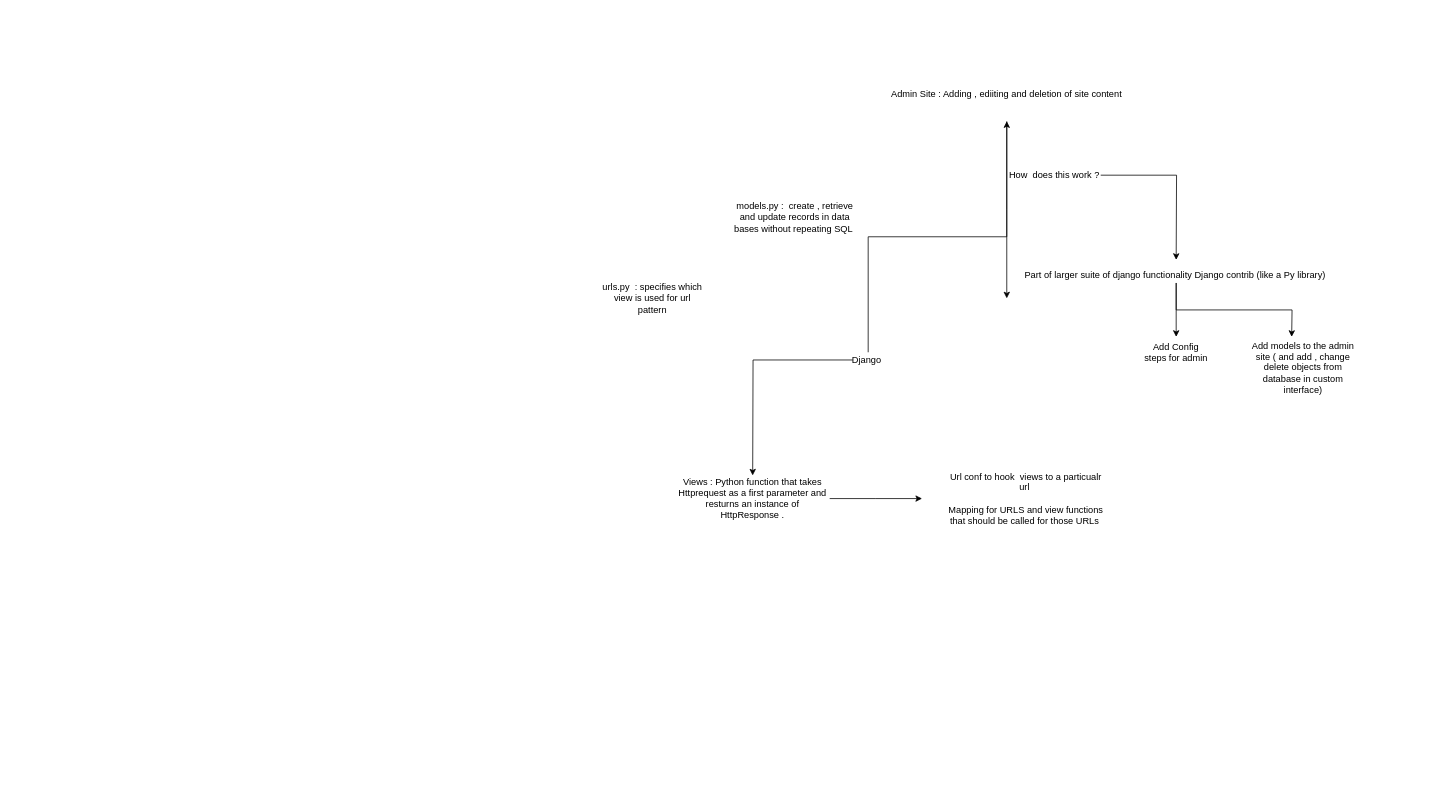
rbnphlp/Codeinstitue_templated_tutorials keeps this draw.io diagram as Untitled Diagram.drawio. Above is the earlier version. Source tidied: cells renumbered, new cells numbered last; positions are measured from the earlier drawing's top-left corner, leaving out a move shared by most shapes. Both pictures are drawn from the tidied source at 77%, with x=0, y=0 at pixel (598, 67).
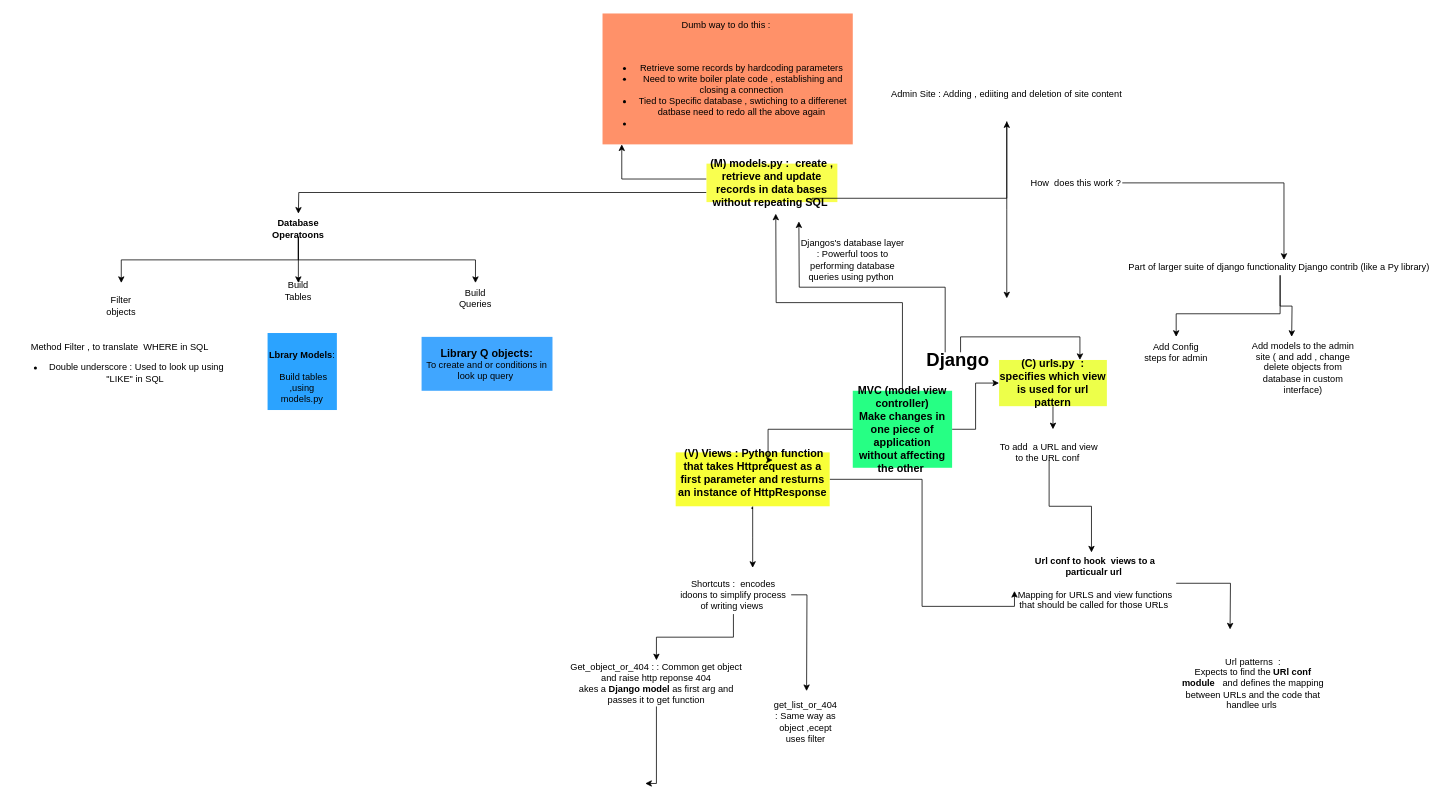
The same diagram, later.

The change refers to these unchanged cells:
```xml
<mxCell id="5" value="Admin Site : Adding , ediiting and deletion of site content" style="text;html=1;strokeColor=none;fillColor=none;align=center;verticalAlign=middle;whiteSpace=wrap;rounded=0;" parent="1" vertex="1">
  <mxGeometry x="340" width="380" height="70" as="geometry" />
</mxCell>
```

Change to the diagram source:
```diff
@@
+    <mxCell id="20" style="edgeStyle=orthogonalEdgeStyle;rounded=0;jettySize=auto;html=1;" parent="1" edge="1" source="2">
+      <mxGeometry relative="1" as="geometry">
+        <mxPoint x="590" y="470" as="targetPoint" />
+      </mxGeometry>
+    </mxCell>
-    <mxCell id="2" value="urls.py&amp;nbsp; : specifies which view is used for url pattern" style="text;html=1;strokeColor=none;fillColor=none;align=center;verticalAlign=middle;whiteSpace=wrap;rounded=0;" parent="1" vertex="1">
-      <mxGeometry y="290" width="140" height="20" as="geometry" />
+    <mxCell id="2" value="&lt;font style=&quot;font-size: 14px&quot;&gt;&lt;b&gt;(C) urls.py&amp;nbsp; : specifies which view is used for url pattern&lt;/b&gt;&lt;/font&gt;" style="text;html=1;strokeColor=none;fillColor=#EDFF4A;align=center;verticalAlign=middle;whiteSpace=wrap;rounded=0;" parent="1" vertex="1">
+      <mxGeometry x="520" y="380" width="140" height="60" as="geometry" />
     </mxCell>
+    <mxCell id="21" style="edgeStyle=orthogonalEdgeStyle;rounded=0;jettySize=auto;html=1;" parent="1" edge="1" source="3" target="38">
+      <mxGeometry relative="1" as="geometry">
+        <Array as="points">
+          <mxPoint x="30" y="145" />
+        </Array>
+      </mxGeometry>
+    </mxCell>
+    <mxCell id="22" style="edgeStyle=orthogonalEdgeStyle;rounded=0;jettySize=auto;html=1;exitX=0;exitY=0.75;exitDx=0;exitDy=0;" parent="1" edge="1" source="3">
+      <mxGeometry relative="1" as="geometry">
+        <mxPoint x="-390" y="190" as="targetPoint" />
+      </mxGeometry>
+    </mxCell>
-    <mxCell id="3" value="models.py :&amp;nbsp; create , retrieve and update records in data bases without repeating SQL&amp;nbsp;" style="text;html=1;strokeColor=none;fillColor=none;align=center;verticalAlign=middle;whiteSpace=wrap;rounded=0;" parent="1" vertex="1">
-      <mxGeometry x="170" y="190" width="170" height="10" as="geometry" />
+    <mxCell id="3" value="&lt;font style=&quot;font-size: 14px&quot;&gt;&lt;b&gt;(M) models.py :&amp;nbsp; create , retrieve and update records in data bases without repeating SQL&amp;nbsp;&lt;/b&gt;&lt;/font&gt;" style="text;html=1;strokeColor=none;fillColor=#F9FF4F;align=center;verticalAlign=middle;whiteSpace=wrap;rounded=0;" parent="1" vertex="1">
+      <mxGeometry x="140" y="125" width="170" height="50" as="geometry" />
     </mxCell>
@@
-    <mxCell id="6" style="edgeStyle=orthogonalEdgeStyle;rounded=0;jettySize=auto;html=1;" parent="1" edge="1" source="7">
+    <mxCell id="6" style="edgeStyle=orthogonalEdgeStyle;rounded=0;jettySize=auto;html=1;" parent="1" edge="1" source="7" target="10">
       <mxGeometry relative="1" as="geometry">
-        <mxPoint x="750" y="250" as="targetPoint" />
+        <Array as="points">
+          <mxPoint x="890" y="150" />
+        </Array>
       </mxGeometry>
     </mxCell>
     <mxCell id="7" value="How&amp;nbsp; does this work ?" style="text;html=1;strokeColor=none;fillColor=none;align=center;verticalAlign=middle;whiteSpace=wrap;rounded=0;" parent="1" vertex="1">
-      <mxGeometry x="532" y="130" width="120" height="20" as="geometry" />
+      <mxGeometry x="560" y="140" width="120" height="20" as="geometry" />
     </mxCell>
     <mxCell id="8" style="edgeStyle=orthogonalEdgeStyle;rounded=0;jettySize=auto;html=1;" parent="1" edge="1" source="10">
       <mxGeometry relative="1" as="geometry">
         <mxPoint x="750" y="350" as="targetPoint" />
+        <Array as="points">
+          <mxPoint x="885" y="320" />
+          <mxPoint x="750" y="320" />
+        </Array>
       </mxGeometry>
     </mxCell>
@@
     <mxCell id="10" value="Part of larger suite of django functionality Django contrib (like a Py library)&amp;nbsp;" style="text;html=1;align=center;verticalAlign=middle;points=[];" parent="1" vertex="1">
-      <mxGeometry x="545" y="260" width="410" height="20" as="geometry" />
+      <mxGeometry x="680" y="250" width="410" height="20" as="geometry" />
     </mxCell>
@@
-    <mxCell id="14" style="edgeStyle=orthogonalEdgeStyle;rounded=0;jettySize=auto;html=1;" parent="1" edge="1" source="16">
-      <mxGeometry relative="1" as="geometry">
-        <mxPoint x="200" y="530" as="targetPoint" />
-      </mxGeometry>
-    </mxCell>
-    <mxCell id="15" style="edgeStyle=orthogonalEdgeStyle;rounded=0;jettySize=auto;html=1;" parent="1" edge="1" source="16" target="5">
-      <mxGeometry relative="1" as="geometry" />
+    <mxCell id="15" style="edgeStyle=orthogonalEdgeStyle;rounded=0;jettySize=auto;html=1;exitX=0.806;exitY=1;exitDx=0;exitDy=0;exitPerimeter=0;" parent="1" edge="1" source="3" target="5">
+      <mxGeometry relative="1" as="geometry">
+        <Array as="points">
+          <mxPoint x="277" y="170" />
+          <mxPoint x="530" y="170" />
+        </Array>
+      </mxGeometry>
     </mxCell>
+    <mxCell id="23" style="edgeStyle=orthogonalEdgeStyle;rounded=0;jettySize=auto;html=1;exitX=0;exitY=0;exitDx=0;exitDy=0;" parent="1" edge="1" source="16">
+      <mxGeometry relative="1" as="geometry">
+        <mxPoint x="260" y="200" as="targetPoint" />
+      </mxGeometry>
+    </mxCell>
+    <mxCell id="24" style="edgeStyle=orthogonalEdgeStyle;rounded=0;jettySize=auto;html=1;exitX=0.5;exitY=0;exitDx=0;exitDy=0;entryX=0.75;entryY=0;entryDx=0;entryDy=0;" parent="1" edge="1" source="16" target="2">
+      <mxGeometry relative="1" as="geometry" />
+    </mxCell>
-    <mxCell id="16" value="Django&amp;nbsp;" style="text;html=1;strokeColor=none;fillColor=none;align=center;verticalAlign=middle;whiteSpace=wrap;rounded=0;" parent="1" vertex="1">
-      <mxGeometry x="330" y="370" width="40" height="20" as="geometry" />
+    <mxCell id="16" value="&lt;font style=&quot;font-size: 24px&quot;&gt;&lt;b&gt;Django&amp;nbsp;&lt;/b&gt;&lt;/font&gt;" style="text;html=1;strokeColor=none;fillColor=none;align=center;verticalAlign=middle;whiteSpace=wrap;rounded=0;" parent="1" vertex="1">
+      <mxGeometry x="450" y="370" width="40" height="20" as="geometry" />
     </mxCell>
-    <mxCell id="17" style="edgeStyle=orthogonalEdgeStyle;rounded=0;jettySize=auto;html=1;" parent="1" edge="1" source="18">
-      <mxGeometry relative="1" as="geometry">
-        <mxPoint x="420" y="560" as="targetPoint" />
-      </mxGeometry>
+    <mxCell id="17" style="edgeStyle=orthogonalEdgeStyle;rounded=0;jettySize=auto;html=1;entryX=0;entryY=1;entryDx=0;entryDy=0;" parent="1" edge="1" source="18" target="19">
+      <mxGeometry relative="1" as="geometry" />
     </mxCell>
+    <mxCell id="25" style="edgeStyle=orthogonalEdgeStyle;rounded=0;jettySize=auto;html=1;" parent="1" edge="1" source="18">
+      <mxGeometry relative="1" as="geometry">
+        <mxPoint x="200" y="650" as="targetPoint" />
+      </mxGeometry>
+    </mxCell>
-    <mxCell id="18" value="Views : Python function that takes Httprequest as a first parameter and resturns an instance of HttpResponse ." style="text;html=1;strokeColor=none;fillColor=none;align=center;verticalAlign=middle;whiteSpace=wrap;rounded=0;" parent="1" vertex="1">
-      <mxGeometry x="100" y="550" width="200" height="20" as="geometry" />
+    <mxCell id="18" value="&lt;b&gt;&lt;font style=&quot;font-size: 14px&quot;&gt;&amp;nbsp;(V) Views : Python function that takes Httprequest as a first parameter and resturns an instance of HttpResponse .&lt;/font&gt;&lt;/b&gt;" style="text;html=1;strokeColor=none;fillColor=#F8FF38;align=center;verticalAlign=middle;whiteSpace=wrap;rounded=0;" parent="1" vertex="1">
+      <mxGeometry x="100" y="500" width="200" height="70" as="geometry" />
     </mxCell>
+    <mxCell id="26" style="edgeStyle=orthogonalEdgeStyle;rounded=0;jettySize=auto;html=1;exitX=1;exitY=0.5;exitDx=0;exitDy=0;" parent="1" edge="1" source="19">
+      <mxGeometry relative="1" as="geometry">
+        <mxPoint x="820" y="730" as="targetPoint" />
+      </mxGeometry>
+    </mxCell>
-    <mxCell id="19" value="Url conf to hook&amp;nbsp; views to a particualr url&amp;nbsp;&lt;br&gt;&lt;br&gt;Mapping for URLS and view functions that should be called for those URLs&amp;nbsp;" style="text;html=1;strokeColor=none;fillColor=none;align=center;verticalAlign=middle;whiteSpace=wrap;rounded=0;" parent="1" vertex="1">
-      <mxGeometry x="450" y="550" width="210" height="20" as="geometry" />
+    <mxCell id="19" value="&lt;b&gt;Url conf to hook&amp;nbsp; views to a particualr url&amp;nbsp;&lt;/b&gt;&lt;br&gt;&lt;br&gt;Mapping for URLS and view functions that should be called for those URLs&amp;nbsp;" style="text;html=1;strokeColor=none;fillColor=none;align=center;verticalAlign=middle;whiteSpace=wrap;rounded=0;" parent="1" vertex="1">
+      <mxGeometry x="540" y="660" width="210" height="20" as="geometry" />
     </mxCell>
+    <mxCell id="27" style="edgeStyle=orthogonalEdgeStyle;rounded=0;jettySize=auto;html=1;exitX=0.5;exitY=1;exitDx=0;exitDy=0;" parent="1" edge="1" source="28">
+      <mxGeometry relative="1" as="geometry">
+        <mxPoint x="60.5" y="930" as="targetPoint" />
+        <Array as="points">
+          <mxPoint x="75" y="930" />
+        </Array>
+      </mxGeometry>
+    </mxCell>
+    <mxCell id="28" value="Get_object_or_404 : : Common get object and raise http reponse 404 &lt;br&gt;akes a &lt;b&gt;Django model&lt;/b&gt; as first arg and passes it to get function" style="text;html=1;strokeColor=none;fillColor=none;align=center;verticalAlign=middle;whiteSpace=wrap;rounded=0;" parent="1" vertex="1">
+      <mxGeometry x="-40" y="770" width="230" height="60" as="geometry" />
+    </mxCell>
+    <mxCell id="29" style="edgeStyle=orthogonalEdgeStyle;rounded=0;jettySize=auto;html=1;exitX=0.5;exitY=1;exitDx=0;exitDy=0;" parent="1" edge="1" source="31" target="28">
+      <mxGeometry relative="1" as="geometry" />
+    </mxCell>
+    <mxCell id="30" style="edgeStyle=orthogonalEdgeStyle;rounded=0;jettySize=auto;html=1;" parent="1" edge="1" source="31">
+      <mxGeometry relative="1" as="geometry">
+        <mxPoint x="270" y="810" as="targetPoint" />
+      </mxGeometry>
+    </mxCell>
+    <mxCell id="31" value="Shortcuts :&amp;nbsp; encodes idoons to simplify process of writing views&amp;nbsp;" style="text;html=1;strokeColor=none;fillColor=none;align=center;verticalAlign=middle;whiteSpace=wrap;rounded=0;" parent="1" vertex="1">
+      <mxGeometry x="100" y="660" width="150" height="50" as="geometry" />
+    </mxCell>
+    <mxCell id="32" value="get_list_or_404 : Same way as object ,ecept uses filter" style="text;html=1;strokeColor=none;fillColor=none;align=center;verticalAlign=middle;whiteSpace=wrap;rounded=0;" parent="1" vertex="1">
+      <mxGeometry x="249" y="840" width="40" height="20" as="geometry" />
+    </mxCell>
+    <mxCell id="33" style="edgeStyle=orthogonalEdgeStyle;rounded=0;jettySize=auto;html=1;" parent="1" edge="1" source="34">
+      <mxGeometry relative="1" as="geometry">
+        <mxPoint x="640" y="630" as="targetPoint" />
+        <Array as="points">
+          <mxPoint x="585" y="570" />
+          <mxPoint x="640" y="570" />
+        </Array>
+      </mxGeometry>
+    </mxCell>
+    <mxCell id="34" value="To add&amp;nbsp; a URL and view to the URL conf&amp;nbsp;" style="text;html=1;strokeColor=none;fillColor=none;align=center;verticalAlign=middle;whiteSpace=wrap;rounded=0;" parent="1" vertex="1">
+      <mxGeometry x="520" y="490" width="130" height="20" as="geometry" />
+    </mxCell>
+    <mxCell id="35" value="Url patterns&amp;nbsp; :&lt;br&gt;Expects to find the &lt;b&gt;URl conf module&amp;nbsp; &lt;/b&gt;&amp;nbsp;and defines the mapping between URLs and the code that handlee urls&amp;nbsp;&lt;br&gt;" style="text;html=1;strokeColor=none;fillColor=none;align=center;verticalAlign=middle;whiteSpace=wrap;rounded=0;" parent="1" vertex="1">
+      <mxGeometry x="750" y="790" width="200" height="20" as="geometry" />
+    </mxCell>
+    <mxCell id="36" style="group;" parent="1" vertex="1">
+      <mxGeometry x="260" y="190" width="140" height="70" as="geometry" />
+    </mxCell>
+    <mxCell id="37" value="Djangos's database layer : Powerful toos to performing database queries using python&amp;nbsp;" style="text;html=1;strokeColor=none;fillColor=none;align=center;verticalAlign=middle;whiteSpace=wrap;rounded=0;" parent="36" vertex="1">
+      <mxGeometry y="50" width="140" height="20" as="geometry" />
+    </mxCell>
+    <mxCell id="38" value="Dumb way to do this :&amp;nbsp;&lt;br&gt;&lt;br&gt;&lt;br&gt;&lt;ul&gt;&lt;li&gt;Retrieve some records by hardcoding parameters&amp;nbsp;&lt;/li&gt;&lt;li&gt;Need to write boiler plate code , establishing and closing a connection&amp;nbsp;&lt;/li&gt;&lt;li&gt;Tied to Specific database , swtiching to a differenet datbase need to redo all the above again&amp;nbsp;&lt;/li&gt;&lt;li&gt;&lt;br&gt;&lt;/li&gt;&lt;/ul&gt;" style="text;html=1;strokeColor=none;fillColor=#FF9169;align=center;verticalAlign=middle;whiteSpace=wrap;rounded=0;" parent="1" vertex="1">
+      <mxGeometry x="5" y="-70" width="325" height="170" as="geometry" />
+    </mxCell>
+    <mxCell id="39" style="edgeStyle=orthogonalEdgeStyle;rounded=0;jettySize=auto;html=1;" parent="1" edge="1" source="42">
+      <mxGeometry relative="1" as="geometry">
+        <mxPoint x="226" y="510" as="targetPoint" />
+        <Array as="points">
+          <mxPoint x="220" y="470" />
+          <mxPoint x="220" y="510" />
+        </Array>
+      </mxGeometry>
+    </mxCell>
+    <mxCell id="40" style="edgeStyle=orthogonalEdgeStyle;rounded=0;jettySize=auto;html=1;exitX=1;exitY=0.5;exitDx=0;exitDy=0;entryX=0;entryY=0.5;entryDx=0;entryDy=0;" parent="1" edge="1" source="42" target="2">
+      <mxGeometry relative="1" as="geometry" />
+    </mxCell>
+    <mxCell id="41" style="edgeStyle=orthogonalEdgeStyle;rounded=0;jettySize=auto;html=1;exitX=0.5;exitY=0;exitDx=0;exitDy=0;" parent="1" edge="1" source="42">
+      <mxGeometry relative="1" as="geometry">
+        <mxPoint x="230" y="190" as="targetPoint" />
+      </mxGeometry>
+    </mxCell>
+    <mxCell id="42" value="&lt;font style=&quot;font-size: 14px&quot;&gt;&lt;b&gt;MVC (model view controller)&lt;br&gt;Make changes in one piece of application without affecting the other&amp;nbsp;&lt;br&gt;&lt;/b&gt;&lt;/font&gt;" style="text;html=1;strokeColor=none;fillColor=#26FF84;align=center;verticalAlign=middle;whiteSpace=wrap;rounded=0;" parent="1" vertex="1">
+      <mxGeometry x="330" y="420" width="129" height="100" as="geometry" />
+    </mxCell>
+    <mxCell id="43" value="&lt;br&gt;&lt;b&gt;Lbrary Models&lt;/b&gt;:&lt;br&gt;&lt;br&gt;&amp;nbsp;Build tables ,using models.py" style="text;html=1;strokeColor=none;fillColor=#2BA3FF;align=center;verticalAlign=middle;whiteSpace=wrap;rounded=0;" parent="1" vertex="1">
+      <mxGeometry x="-430" y="345" width="90" height="100" as="geometry" />
+    </mxCell>
+    <mxCell id="44" value="&lt;font&gt;&lt;b style=&quot;font-size: 14px&quot;&gt;&amp;nbsp;Library Q objects:&amp;nbsp;&lt;/b&gt;&lt;br&gt;&lt;font style=&quot;font-size: 12px&quot;&gt;To create and or conditions in look up query&lt;b&gt;&amp;nbsp;&lt;/b&gt;&lt;/font&gt;&lt;/font&gt;" style="text;html=1;strokeColor=none;fillColor=#40A6FF;align=center;verticalAlign=middle;whiteSpace=wrap;rounded=0;" parent="1" vertex="1">
+      <mxGeometry x="-230" y="350" width="170" height="70" as="geometry" />
+    </mxCell>
+    <mxCell id="45" value="Build Tables" style="text;html=1;strokeColor=none;fillColor=none;align=center;verticalAlign=middle;whiteSpace=wrap;rounded=0;" parent="1" vertex="1">
+      <mxGeometry x="-410" y="280" width="40" height="20" as="geometry" />
+    </mxCell>
+    <mxCell id="46" value="Build Queries" style="text;html=1;strokeColor=none;fillColor=none;align=center;verticalAlign=middle;whiteSpace=wrap;rounded=0;" parent="1" vertex="1">
+      <mxGeometry x="-180" y="290" width="40" height="20" as="geometry" />
+    </mxCell>
+    <mxCell id="47" value="Filter objects" style="text;html=1;strokeColor=none;fillColor=none;align=center;verticalAlign=middle;whiteSpace=wrap;rounded=0;" parent="1" vertex="1">
+      <mxGeometry x="-640" y="300" width="40" height="20" as="geometry" />
+    </mxCell>
+    <mxCell id="48" style="edgeStyle=orthogonalEdgeStyle;rounded=0;orthogonalLoop=1;jettySize=auto;html=1;exitX=0.5;exitY=1;exitDx=0;exitDy=0;" parent="1" edge="1" source="45" target="45">
+      <mxGeometry relative="1" as="geometry" />
+    </mxCell>
+    <mxCell id="49" style="edgeStyle=elbowEdgeStyle;rounded=0;jettySize=auto;elbow=vertical;html=1;entryX=0.5;entryY=0;entryDx=0;entryDy=0;" parent="1" edge="1" source="52" target="45">
+      <mxGeometry relative="1" as="geometry" />
+    </mxCell>
+    <mxCell id="50" style="edgeStyle=elbowEdgeStyle;rounded=0;jettySize=auto;elbow=vertical;html=1;exitX=0.5;exitY=1;exitDx=0;exitDy=0;" parent="1" edge="1" source="52">
+      <mxGeometry relative="1" as="geometry">
+        <mxPoint x="-620" y="280" as="targetPoint" />
+      </mxGeometry>
+    </mxCell>
+    <mxCell id="51" style="edgeStyle=elbowEdgeStyle;rounded=0;jettySize=auto;elbow=vertical;html=1;exitX=0.5;exitY=1;exitDx=0;exitDy=0;" parent="1" edge="1" source="52">
+      <mxGeometry relative="1" as="geometry">
+        <mxPoint x="-160" y="280" as="targetPoint" />
+      </mxGeometry>
+    </mxCell>
+    <mxCell id="52" value="Database Operatoons" style="text;html=1;strokeColor=none;fillColor=none;align=center;verticalAlign=middle;whiteSpace=wrap;rounded=0;fontStyle=1;" parent="1" vertex="1">
+      <mxGeometry x="-410" y="200" width="40" height="20" as="geometry" />
+    </mxCell>
+    <mxCell id="53" value="Method Filter , to translate&amp;nbsp; WHERE in SQL&amp;nbsp;&lt;br&gt;&lt;ul&gt;&lt;li&gt;Double underscore : Used to look up using &quot;LIKE&quot; in SQL&amp;nbsp;&lt;/li&gt;&lt;/ul&gt;" style="text;html=1;strokeColor=none;fillColor=none;align=center;verticalAlign=middle;whiteSpace=wrap;rounded=0;" parent="1" vertex="1">
+      <mxGeometry x="-760" y="325" width="280" height="130" as="geometry" />
+    </mxCell>
```
